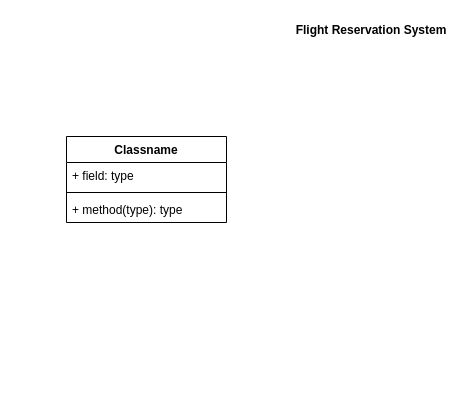
The draw.io diagram FRS.drawio in bhiogade/new-one, before the edit. Source tidied: cells renumbered, new cells numbered last; positions are measured from the earlier drawing's top-left corner, leaving out a move shared by most shapes. Both pictures are drawn from the tidied source at 100%, with x=0, y=0 at pixel (66, 16).
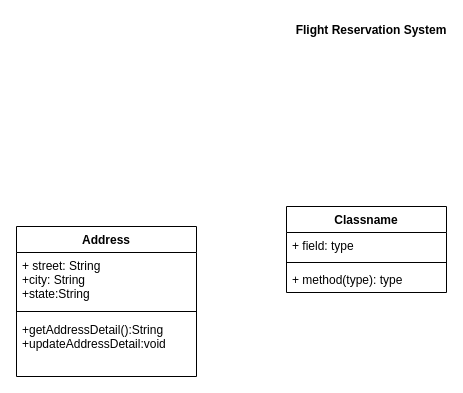
The same diagram, later.

The edit, as a diff of the source:
```diff
@@
 <mxGraphModel>
   <root>
     <mxCell id="0" />
     <mxCell id="1" parent="0" />
-    <mxCell id="2" value="Classname" style="swimlane;fontStyle=1;align=center;verticalAlign=top;horizontal=1;startSize=26;" parent="1" vertex="1">
-      <mxGeometry y="120" width="160" height="86" as="geometry" />
+    <mxCell id="2" value="Address" style="swimlane;fontStyle=1;align=center;verticalAlign=top;horizontal=1;startSize=26;" parent="1" vertex="1">
+      <mxGeometry x="-50" y="210" width="180" height="150" as="geometry" />
     </mxCell>
-    <mxCell id="3" value="+ field: type" style="text;strokeColor=none;fillColor=none;align=left;verticalAlign=top;spacingLeft=4;spacingRight=4;overflow=hidden;" parent="2" vertex="1">
-      <mxGeometry y="26" width="160" height="26" as="geometry" />
+    <mxCell id="3" value="+ street: String&#10;+city: String&#10;+state:String" style="text;strokeColor=none;fillColor=none;align=left;verticalAlign=top;spacingLeft=4;spacingRight=4;overflow=hidden;" parent="2" vertex="1">
+      <mxGeometry y="26" width="180" height="54" as="geometry" />
     </mxCell>
     <mxCell id="4" style="line;strokeWidth=1;fillColor=none;align=left;verticalAlign=middle;spacingTop=-1;spacingLeft=3;spacingRight=3;labelPosition=right;" parent="2" vertex="1">
-      <mxGeometry y="52" width="160" height="8" as="geometry" />
+      <mxGeometry y="80" width="180" height="10" as="geometry" />
     </mxCell>
-    <mxCell id="5" value="+ method(type): type" style="text;strokeColor=none;fillColor=none;align=left;verticalAlign=top;spacingLeft=4;spacingRight=4;overflow=hidden;" parent="2" vertex="1">
-      <mxGeometry y="60" width="160" height="26" as="geometry" />
+    <mxCell id="5" value="+getAddressDetail():String&#10;+updateAddressDetail:void" style="text;strokeColor=none;fillColor=none;align=left;verticalAlign=top;spacingLeft=4;spacingRight=4;overflow=hidden;" parent="2" vertex="1">
+      <mxGeometry y="90" width="180" height="60" as="geometry" />
     </mxCell>
     <mxCell id="6" value="Flight Reservation System" style="text;align=center;fontStyle=1;verticalAlign=middle;spacingLeft=3;spacingRight=3;strokeColor=none;" parent="1" vertex="1">
       <mxGeometry x="265" width="80" height="26" as="geometry" />
     </mxCell>
+    <mxCell id="7" value="Classname" style="swimlane;fontStyle=1;align=center;verticalAlign=top;horizontal=1;startSize=26;" parent="1" vertex="1">
+      <mxGeometry x="220" y="190" width="160" height="86" as="geometry" />
+    </mxCell>
+    <mxCell id="8" value="+ field: type" style="text;strokeColor=none;fillColor=none;align=left;verticalAlign=top;spacingLeft=4;spacingRight=4;overflow=hidden;" parent="7" vertex="1">
+      <mxGeometry y="26" width="160" height="26" as="geometry" />
+    </mxCell>
+    <mxCell id="9" style="line;strokeWidth=1;fillColor=none;align=left;verticalAlign=middle;spacingTop=-1;spacingLeft=3;spacingRight=3;labelPosition=right;" parent="7" vertex="1">
+      <mxGeometry y="52" width="160" height="8" as="geometry" />
+    </mxCell>
+    <mxCell id="10" value="+ method(type): type" style="text;strokeColor=none;fillColor=none;align=left;verticalAlign=top;spacingLeft=4;spacingRight=4;overflow=hidden;" parent="7" vertex="1">
+      <mxGeometry y="60" width="160" height="26" as="geometry" />
+    </mxCell>
   </root>
 </mxGraphModel>
```
